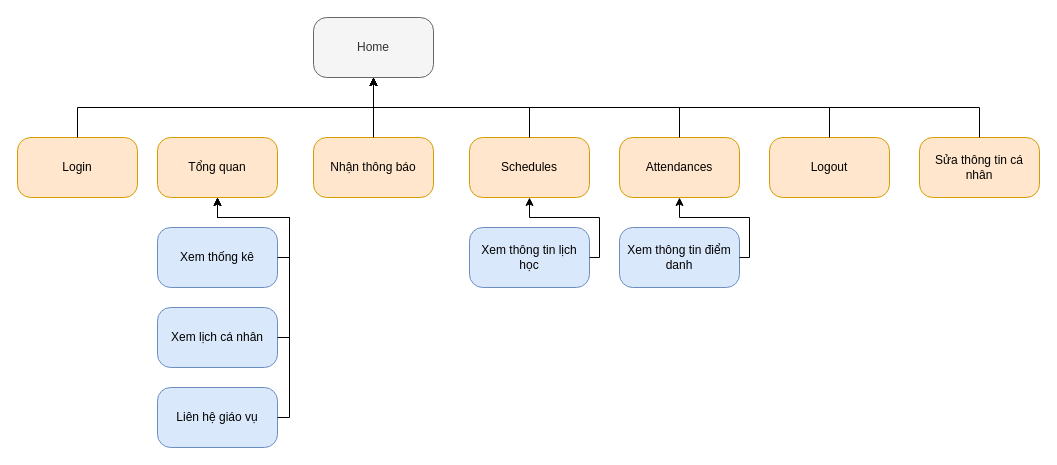
Prox404/doAn2J2schoolTeam21 keeps this draw.io diagram as page "Giảng viên" (3 of 3) of Document/Sodotrangweb.drawio. Above is the earlier version. Source tidied: cells renumbered, new cells numbered last; positions are measured from the earlier drawing's top-left corner, leaving out a move shared by most shapes. Both pictures are drawn from the tidied source at 100%, with x=0, y=0 at pixel (17, 17).
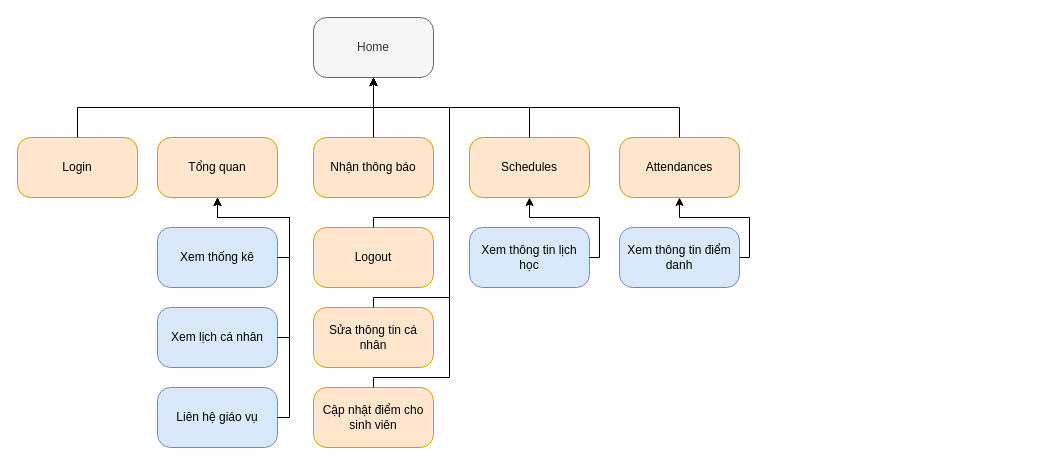
After the change.

Unchanged cells that the change refers to:
```xml
<mxCell id="2" value="Home" style="rounded=1;whiteSpace=wrap;html=1;arcSize=22;fillColor=#f5f5f5;strokeColor=#666666;fontColor=#333333;" parent="1" vertex="1">
  <mxGeometry x="296" width="120" height="60" as="geometry" />
</mxCell>
```

Change to the diagram source:
```diff
@@
     <mxCell id="5" value="Logout" style="rounded=1;whiteSpace=wrap;html=1;arcSize=22;fillColor=#ffe6cc;strokeColor=#d79b00;" parent="1" vertex="1">
-      <mxGeometry x="752" y="120" width="120" height="60" as="geometry" />
+      <mxGeometry x="296" y="210" width="120" height="60" as="geometry" />
     </mxCell>
@@
     <mxCell id="7" style="endArrow=classic;html=1;rounded=0;exitX=0.5;exitY=0;exitDx=0;exitDy=0;entryX=0.5;entryY=1;entryDx=0;entryDy=0;edgeStyle=orthogonalEdgeStyle;" parent="1" edge="1" source="5" target="2">
-      <mxGeometry relative="1" as="geometry" />
+      <mxGeometry relative="1" as="geometry">
+        <Array as="points">
+          <mxPoint x="356" y="200" />
+          <mxPoint x="432" y="200" />
+          <mxPoint x="432" y="90" />
+          <mxPoint x="356" y="90" />
+        </Array>
+      </mxGeometry>
     </mxCell>
@@
     <mxCell id="24" value="Sửa thông tin cá nhân" style="rounded=1;whiteSpace=wrap;html=1;arcSize=22;fillColor=#ffe6cc;strokeColor=#d79b00;" parent="1" vertex="1">
-      <mxGeometry x="902" y="120" width="120" height="60" as="geometry" />
+      <mxGeometry x="296" y="290" width="120" height="60" as="geometry" />
     </mxCell>
     <mxCell id="25" style="endArrow=classic;html=1;rounded=0;exitX=0.5;exitY=0;exitDx=0;exitDy=0;entryX=0.5;entryY=1;entryDx=0;entryDy=0;edgeStyle=orthogonalEdgeStyle;" parent="1" edge="1" source="24" target="2">
       <mxGeometry relative="1" as="geometry">
         <Array as="points">
-          <mxPoint x="962" y="90" />
+          <mxPoint x="356" y="280" />
+          <mxPoint x="432" y="280" />
+          <mxPoint x="432" y="90" />
           <mxPoint x="356" y="90" />
         </Array>
       </mxGeometry>
     </mxCell>
+    <mxCell id="26" value="Cập nhật điểm cho sinh viên" style="rounded=1;whiteSpace=wrap;html=1;arcSize=22;fillColor=#ffe6cc;strokeColor=#d79b00;" parent="1" vertex="1">
+      <mxGeometry x="296" y="370" width="120" height="60" as="geometry" />
+    </mxCell>
+    <mxCell id="27" style="endArrow=none;html=1;rounded=0;exitX=0.5;exitY=0;exitDx=0;exitDy=0;entryX=0.5;entryY=1;entryDx=0;entryDy=0;edgeStyle=orthogonalEdgeStyle;" parent="1" edge="1" source="26" target="2">
+      <mxGeometry relative="1" as="geometry">
+        <Array as="points">
+          <mxPoint x="356" y="360" />
+          <mxPoint x="432" y="360" />
+          <mxPoint x="432" y="90" />
+          <mxPoint x="356" y="90" />
+        </Array>
+      </mxGeometry>
+    </mxCell>
```
